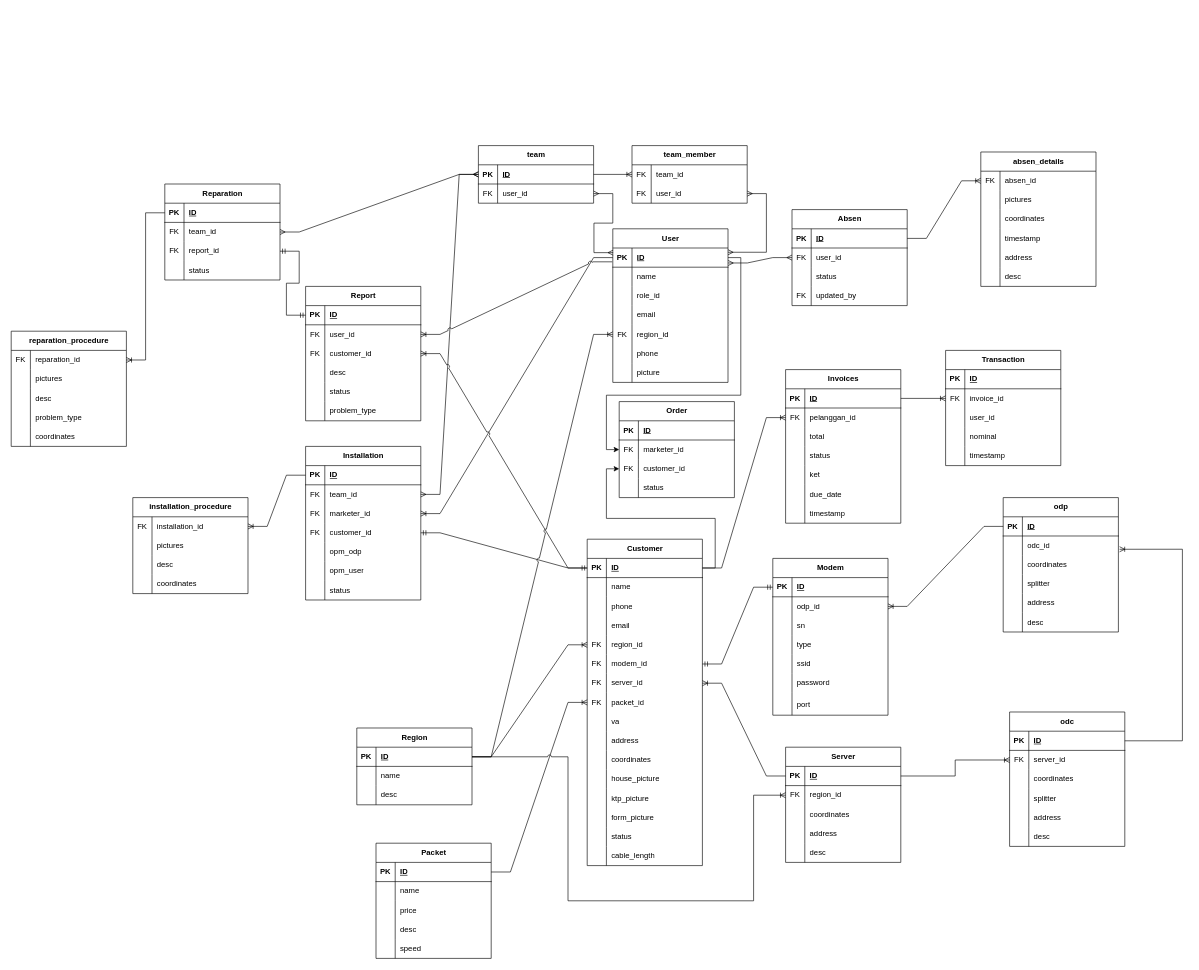
The draw.io diagram Untitled Diagram.drawio in muhamadArdalepa/big-diagrams, before the edit. Source tidied: cells renumbered, new cells numbered last; positions are measured from the earlier drawing's top-left corner, leaving out a move shared by most shapes. Both pictures are drawn from the tidied source at 64%, with x=0, y=0 at pixel (11, 145).
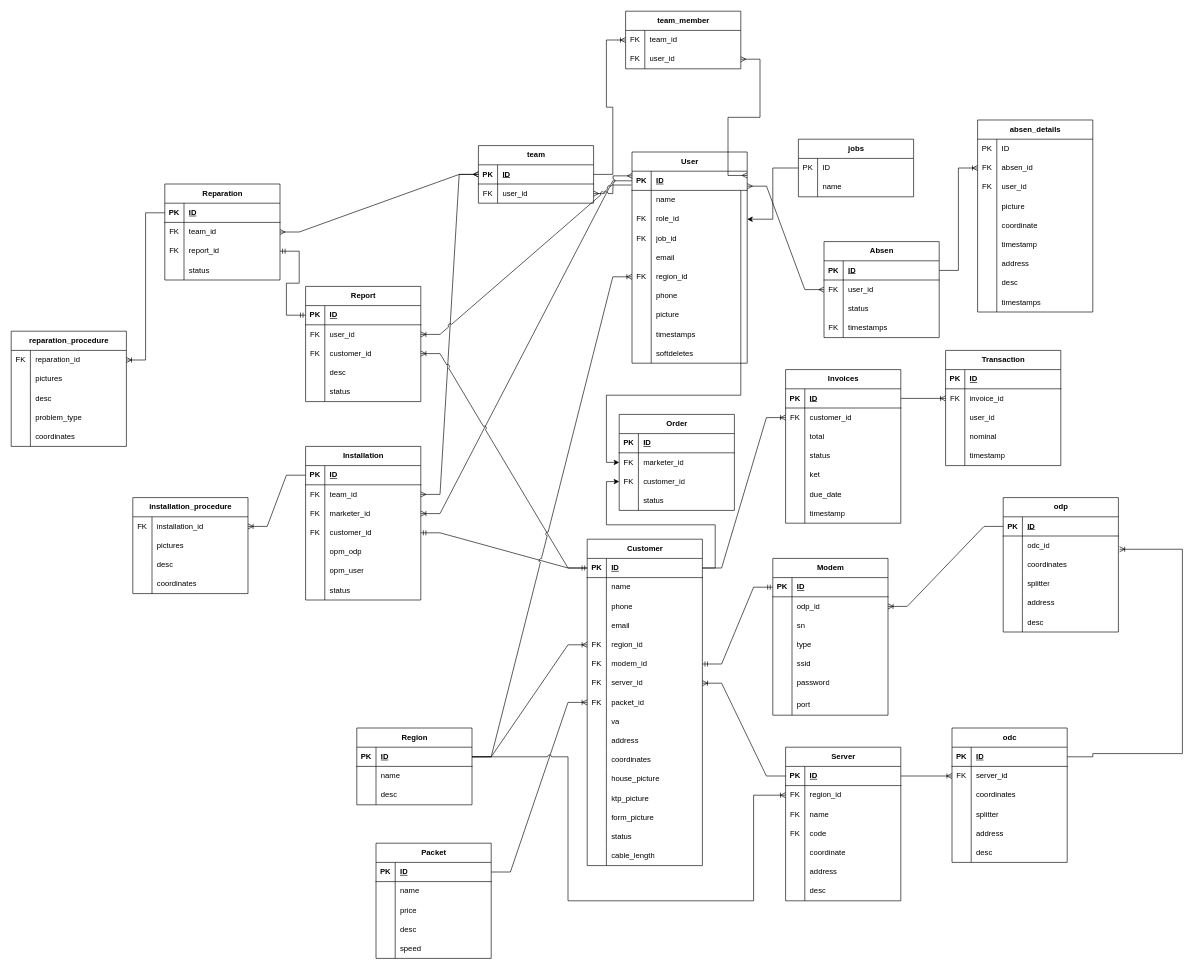
Above is the later version.

The change refers to these unchanged cells:
```xml
<mxCell id="9" style="shape=tableRow;horizontal=0;startSize=0;swimlaneHead=0;swimlaneBody=0;fillColor=none;points=[[0,0.5],[1,0.5]];portConstraint=eastwest;top=0;left=0;right=0;bottom=0;" parent="2" vertex="1">
  <mxGeometry y="90" width="180" height="30" as="geometry" />
</mxCell>
<mxCell id="44" style="shape=tableRow;horizontal=0;startSize=0;swimlaneHead=0;swimlaneBody=0;fillColor=none;top=0;left=0;right=0;bottom=0;" parent="34" vertex="1">
  <mxGeometry y="120" width="180" height="30" as="geometry" />
</mxCell>
<mxCell id="141" style="shape=tableRow;horizontal=0;startSize=0;swimlaneHead=0;swimlaneBody=0;fillColor=none;points=[[0,0.5],[1,0.5]];portConstraint=eastwest;top=0;left=0;right=0;bottom=0;" parent="137" vertex="1">
  <mxGeometry y="60" width="180" height="30" as="geometry" />
</mxCell>
<mxCell id="173" style="shape=tableRow;horizontal=0;startSize=0;swimlaneHead=0;swimlaneBody=0;fillColor=none;points=[[0,0.5],[1,0.5]];portConstraint=eastwest;top=0;left=0;right=0;bottom=1;" parent="172" vertex="1">
  <mxGeometry y="30" width="180" height="30" as="geometry" />
</mxCell>
<mxCell id="327" style="shape=tableRow;horizontal=0;startSize=0;swimlaneHead=0;swimlaneBody=0;fillColor=none;points=[[0,0.5],[1,0.5]];portConstraint=eastwest;top=0;left=0;right=0;bottom=0;" parent="323" vertex="1">
  <mxGeometry y="60" width="180" height="30" as="geometry" />
</mxCell>
```

What changed in the source:
```diff
@@
     <mxCell id="2" value="User" style="shape=table;startSize=30;childLayout=tableLayout;rowLines=0;fontStyle=1;align=center;html=1;" parent="1" vertex="1">
-      <mxGeometry x="940" y="130" width="180" height="240" as="geometry" />
+      <mxGeometry x="970" y="10" width="180" height="330" as="geometry" />
     </mxCell>
@@
-    <mxCell id="10" style="shape=partialRectangle;fillColor=none;top=0;left=0;bottom=0;right=0;overflow=hidden;whiteSpace=wrap;html=1;" parent="9" vertex="1">
+    <mxCell id="10" value="FK" style="shape=partialRectangle;fillColor=none;top=0;left=0;bottom=0;right=0;overflow=hidden;whiteSpace=wrap;html=1;" parent="9" vertex="1">
       <mxGeometry width="30" height="30" as="geometry" />
     </mxCell>
@@
+    <mxCell id="383" style="shape=tableRow;horizontal=0;startSize=0;swimlaneHead=0;swimlaneBody=0;fillColor=none;top=0;left=0;right=0;bottom=0;" parent="2" vertex="1">
+      <mxGeometry y="120" width="180" height="30" as="geometry" />
+    </mxCell>
+    <mxCell id="384" value="FK" style="shape=partialRectangle;fillColor=none;top=0;left=0;bottom=0;right=0;overflow=hidden;whiteSpace=wrap;html=1;" parent="383" vertex="1">
+      <mxGeometry width="30" height="30" as="geometry" />
+    </mxCell>
+    <mxCell id="385" value="job_id" style="shape=partialRectangle;fillColor=none;top=0;left=0;bottom=0;right=0;align=left;spacingLeft=6;overflow=hidden;whiteSpace=wrap;html=1;" parent="383" vertex="1">
+      <mxGeometry x="30" width="150" height="30" as="geometry" />
+    </mxCell>
     <mxCell id="12" style="shape=tableRow;horizontal=0;startSize=0;swimlaneHead=0;swimlaneBody=0;fillColor=none;top=0;left=0;right=0;bottom=0;" parent="2" vertex="1">
-      <mxGeometry y="120" width="180" height="30" as="geometry" />
+      <mxGeometry y="150" width="180" height="30" as="geometry" />
     </mxCell>
@@
     <mxCell id="15" style="shape=tableRow;horizontal=0;startSize=0;swimlaneHead=0;swimlaneBody=0;fillColor=none;points=[[0,0.5],[1,0.5]];portConstraint=eastwest;top=0;left=0;right=0;bottom=0;" parent="2" vertex="1">
-      <mxGeometry y="150" width="180" height="30" as="geometry" />
+      <mxGeometry y="180" width="180" height="30" as="geometry" />
     </mxCell>
@@
     <mxCell id="18" style="shape=tableRow;horizontal=0;startSize=0;swimlaneHead=0;swimlaneBody=0;fillColor=none;top=0;left=0;right=0;bottom=0;" parent="2" vertex="1">
-      <mxGeometry y="180" width="180" height="30" as="geometry" />
+      <mxGeometry y="210" width="180" height="30" as="geometry" />
     </mxCell>
@@
     <mxCell id="21" style="shape=tableRow;horizontal=0;startSize=0;swimlaneHead=0;swimlaneBody=0;fillColor=none;top=0;left=0;right=0;bottom=0;" parent="2" vertex="1">
-      <mxGeometry y="210" width="180" height="30" as="geometry" />
+      <mxGeometry y="240" width="180" height="30" as="geometry" />
     </mxCell>
@@
+    <mxCell id="386" style="shape=tableRow;horizontal=0;startSize=0;swimlaneHead=0;swimlaneBody=0;fillColor=none;top=0;left=0;right=0;bottom=0;" parent="2" vertex="1">
+      <mxGeometry y="270" width="180" height="30" as="geometry" />
+    </mxCell>
+    <mxCell id="387" style="shape=partialRectangle;fillColor=none;top=0;left=0;bottom=0;right=0;overflow=hidden;whiteSpace=wrap;html=1;" parent="386" vertex="1">
+      <mxGeometry width="30" height="30" as="geometry" />
+    </mxCell>
+    <mxCell id="388" value="timestamps" style="shape=partialRectangle;fillColor=none;top=0;left=0;bottom=0;right=0;align=left;spacingLeft=6;overflow=hidden;whiteSpace=wrap;html=1;" parent="386" vertex="1">
+      <mxGeometry x="30" width="150" height="30" as="geometry" />
+    </mxCell>
+    <mxCell id="389" style="shape=tableRow;horizontal=0;startSize=0;swimlaneHead=0;swimlaneBody=0;fillColor=none;top=0;left=0;right=0;bottom=0;" parent="2" vertex="1">
+      <mxGeometry y="300" width="180" height="30" as="geometry" />
+    </mxCell>
+    <mxCell id="390" style="shape=partialRectangle;fillColor=none;top=0;left=0;bottom=0;right=0;overflow=hidden;whiteSpace=wrap;html=1;" parent="389" vertex="1">
+      <mxGeometry width="30" height="30" as="geometry" />
+    </mxCell>
+    <mxCell id="391" value="softdeletes" style="shape=partialRectangle;fillColor=none;top=0;left=0;bottom=0;right=0;align=left;spacingLeft=6;overflow=hidden;whiteSpace=wrap;html=1;" parent="389" vertex="1">
+      <mxGeometry x="30" width="150" height="30" as="geometry" />
+    </mxCell>
@@
     <mxCell id="34" value="Absen" style="shape=table;startSize=30;childLayout=tableLayout;rowLines=0;fontStyle=1;align=center;html=1;" parent="1" vertex="1">
-      <mxGeometry x="1220" y="100" width="180" height="150" as="geometry" />
+      <mxGeometry x="1270" y="150" width="180" height="150" as="geometry" />
     </mxCell>
@@
-    <mxCell id="46" value="updated_by" style="shape=partialRectangle;fillColor=none;top=0;left=0;bottom=0;right=0;align=left;spacingLeft=6;overflow=hidden;whiteSpace=wrap;html=1;" parent="44" vertex="1">
+    <mxCell id="46" value="timestamps" style="shape=partialRectangle;fillColor=none;top=0;left=0;bottom=0;right=0;align=left;spacingLeft=6;overflow=hidden;whiteSpace=wrap;html=1;" parent="44" vertex="1">
       <mxGeometry x="30" width="150" height="30" as="geometry" />
     </mxCell>
     <mxCell id="47" value="absen_details" style="shape=table;startSize=30;childLayout=tableLayout;rowLines=0;fontStyle=1;align=center;html=1;" parent="1" vertex="1">
-      <mxGeometry x="1515" y="10" width="180" height="210" as="geometry" />
+      <mxGeometry x="1510" y="-40" width="180" height="300" as="geometry" />
     </mxCell>
+    <mxCell id="392" style="shape=tableRow;horizontal=0;startSize=0;swimlaneHead=0;swimlaneBody=0;fillColor=none;top=0;left=0;right=0;bottom=0;" parent="47" vertex="1">
+      <mxGeometry y="30" width="180" height="30" as="geometry" />
+    </mxCell>
+    <mxCell id="393" value="PK" style="shape=partialRectangle;fillColor=none;top=0;left=0;bottom=0;right=0;overflow=hidden;whiteSpace=wrap;html=1;" parent="392" vertex="1">
+      <mxGeometry width="30" height="30" as="geometry" />
+    </mxCell>
+    <mxCell id="394" value="ID" style="shape=partialRectangle;fillColor=none;top=0;left=0;bottom=0;right=0;align=left;spacingLeft=6;overflow=hidden;whiteSpace=wrap;html=1;" parent="392" vertex="1">
+      <mxGeometry x="30" width="150" height="30" as="geometry" />
+    </mxCell>
     <mxCell id="48" style="shape=tableRow;horizontal=0;startSize=0;swimlaneHead=0;swimlaneBody=0;fillColor=none;points=[[0,0.5],[1,0.5]];portConstraint=eastwest;top=0;left=0;right=0;bottom=0;" parent="47" vertex="1">
-      <mxGeometry y="30" width="180" height="30" as="geometry" />
+      <mxGeometry y="60" width="180" height="30" as="geometry" />
     </mxCell>
@@
+    <mxCell id="395" style="shape=tableRow;horizontal=0;startSize=0;swimlaneHead=0;swimlaneBody=0;fillColor=none;top=0;left=0;right=0;bottom=0;" parent="47" vertex="1">
+      <mxGeometry y="90" width="180" height="30" as="geometry" />
+    </mxCell>
+    <mxCell id="396" value="FK" style="shape=partialRectangle;fillColor=none;top=0;left=0;bottom=0;right=0;overflow=hidden;whiteSpace=wrap;html=1;" parent="395" vertex="1">
+      <mxGeometry width="30" height="30" as="geometry" />
+    </mxCell>
+    <mxCell id="397" value="user_id" style="shape=partialRectangle;fillColor=none;top=0;left=0;bottom=0;right=0;align=left;spacingLeft=6;overflow=hidden;whiteSpace=wrap;html=1;" parent="395" vertex="1">
+      <mxGeometry x="30" width="150" height="30" as="geometry" />
+    </mxCell>
     <mxCell id="51" style="shape=tableRow;horizontal=0;startSize=0;swimlaneHead=0;swimlaneBody=0;fillColor=none;top=0;left=0;right=0;bottom=0;" parent="47" vertex="1">
-      <mxGeometry y="60" width="180" height="30" as="geometry" />
+      <mxGeometry y="120" width="180" height="30" as="geometry" />
     </mxCell>
@@
-    <mxCell id="53" value="pictures" style="shape=partialRectangle;fillColor=none;top=0;left=0;bottom=0;right=0;align=left;spacingLeft=6;overflow=hidden;whiteSpace=wrap;html=1;" parent="51" vertex="1">
+    <mxCell id="53" value="picture" style="shape=partialRectangle;fillColor=none;top=0;left=0;bottom=0;right=0;align=left;spacingLeft=6;overflow=hidden;whiteSpace=wrap;html=1;" parent="51" vertex="1">
       <mxGeometry x="30" width="150" height="30" as="geometry" />
     </mxCell>
     <mxCell id="54" style="shape=tableRow;horizontal=0;startSize=0;swimlaneHead=0;swimlaneBody=0;fillColor=none;top=0;left=0;right=0;bottom=0;" parent="47" vertex="1">
-      <mxGeometry y="90" width="180" height="30" as="geometry" />
+      <mxGeometry y="150" width="180" height="30" as="geometry" />
     </mxCell>
@@
-    <mxCell id="56" value="coordinates" style="shape=partialRectangle;fillColor=none;top=0;left=0;bottom=0;right=0;align=left;spacingLeft=6;overflow=hidden;whiteSpace=wrap;html=1;" parent="54" vertex="1">
+    <mxCell id="56" value="coordinate" style="shape=partialRectangle;fillColor=none;top=0;left=0;bottom=0;right=0;align=left;spacingLeft=6;overflow=hidden;whiteSpace=wrap;html=1;" parent="54" vertex="1">
       <mxGeometry x="30" width="150" height="30" as="geometry" />
     </mxCell>
     <mxCell id="57" style="shape=tableRow;horizontal=0;startSize=0;swimlaneHead=0;swimlaneBody=0;fillColor=none;top=0;left=0;right=0;bottom=0;" parent="47" vertex="1">
-      <mxGeometry y="120" width="180" height="30" as="geometry" />
+      <mxGeometry y="180" width="180" height="30" as="geometry" />
     </mxCell>
@@
     <mxCell id="60" style="shape=tableRow;horizontal=0;startSize=0;swimlaneHead=0;swimlaneBody=0;fillColor=none;top=0;left=0;right=0;bottom=0;" parent="47" vertex="1">
-      <mxGeometry y="150" width="180" height="30" as="geometry" />
+      <mxGeometry y="210" width="180" height="30" as="geometry" />
     </mxCell>
@@
     <mxCell id="63" style="shape=tableRow;horizontal=0;startSize=0;swimlaneHead=0;swimlaneBody=0;fillColor=none;top=0;left=0;right=0;bottom=0;" parent="47" vertex="1">
-      <mxGeometry y="180" width="180" height="30" as="geometry" />
+      <mxGeometry y="240" width="180" height="30" as="geometry" />
     </mxCell>
@@
+    <mxCell id="398" style="shape=tableRow;horizontal=0;startSize=0;swimlaneHead=0;swimlaneBody=0;fillColor=none;top=0;left=0;right=0;bottom=0;" parent="47" vertex="1">
+      <mxGeometry y="270" width="180" height="30" as="geometry" />
+    </mxCell>
+    <mxCell id="399" style="shape=partialRectangle;fillColor=none;top=0;left=0;bottom=0;right=0;overflow=hidden;whiteSpace=wrap;html=1;" parent="398" vertex="1">
+      <mxGeometry width="30" height="30" as="geometry" />
+    </mxCell>
+    <mxCell id="400" value="timestamps" style="shape=partialRectangle;fillColor=none;top=0;left=0;bottom=0;right=0;align=left;spacingLeft=6;overflow=hidden;whiteSpace=wrap;html=1;" parent="398" vertex="1">
+      <mxGeometry x="30" width="150" height="30" as="geometry" />
+    </mxCell>
@@
     <mxCell id="156" value="Server" style="shape=table;startSize=30;childLayout=tableLayout;rowLines=0;fontStyle=1;align=center;html=1;" parent="1" vertex="1">
-      <mxGeometry x="1210" y="940" width="180" height="180" as="geometry" />
+      <mxGeometry x="1210" y="940" width="180" height="240" as="geometry" />
     </mxCell>
@@
+    <mxCell id="401" style="shape=tableRow;horizontal=0;startSize=0;swimlaneHead=0;swimlaneBody=0;fillColor=none;top=0;left=0;right=0;bottom=0;" parent="156" vertex="1">
+      <mxGeometry y="90" width="180" height="30" as="geometry" />
+    </mxCell>
+    <mxCell id="402" value="FK" style="shape=partialRectangle;fillColor=none;top=0;left=0;bottom=0;right=0;overflow=hidden;whiteSpace=wrap;html=1;" parent="401" vertex="1">
+      <mxGeometry width="30" height="30" as="geometry" />
+    </mxCell>
+    <mxCell id="403" value="name" style="shape=partialRectangle;fillColor=none;top=0;left=0;bottom=0;right=0;align=left;spacingLeft=6;overflow=hidden;whiteSpace=wrap;html=1;" parent="401" vertex="1">
+      <mxGeometry x="30" width="150" height="30" as="geometry" />
+    </mxCell>
+    <mxCell id="404" style="shape=tableRow;horizontal=0;startSize=0;swimlaneHead=0;swimlaneBody=0;fillColor=none;top=0;left=0;right=0;bottom=0;" parent="156" vertex="1">
+      <mxGeometry y="120" width="180" height="30" as="geometry" />
+    </mxCell>
+    <mxCell id="405" value="FK" style="shape=partialRectangle;fillColor=none;top=0;left=0;bottom=0;right=0;overflow=hidden;whiteSpace=wrap;html=1;" parent="404" vertex="1">
+      <mxGeometry width="30" height="30" as="geometry" />
+    </mxCell>
+    <mxCell id="406" value="code" style="shape=partialRectangle;fillColor=none;top=0;left=0;bottom=0;right=0;align=left;spacingLeft=6;overflow=hidden;whiteSpace=wrap;html=1;" parent="404" vertex="1">
+      <mxGeometry x="30" width="150" height="30" as="geometry" />
+    </mxCell>
     <mxCell id="163" style="shape=tableRow;horizontal=0;startSize=0;swimlaneHead=0;swimlaneBody=0;fillColor=none;top=0;left=0;right=0;bottom=0;" parent="156" vertex="1">
-      <mxGeometry y="90" width="180" height="30" as="geometry" />
+      <mxGeometry y="150" width="180" height="30" as="geometry" />
     </mxCell>
@@
-    <mxCell id="165" value="coordinates" style="shape=partialRectangle;fillColor=none;top=0;left=0;bottom=0;right=0;align=left;spacingLeft=6;overflow=hidden;whiteSpace=wrap;html=1;" parent="163" vertex="1">
+    <mxCell id="165" value="coordinate" style="shape=partialRectangle;fillColor=none;top=0;left=0;bottom=0;right=0;align=left;spacingLeft=6;overflow=hidden;whiteSpace=wrap;html=1;" parent="163" vertex="1">
       <mxGeometry x="30" width="150" height="30" as="geometry" />
     </mxCell>
     <mxCell id="166" style="shape=tableRow;horizontal=0;startSize=0;swimlaneHead=0;swimlaneBody=0;fillColor=none;top=0;left=0;right=0;bottom=0;" parent="156" vertex="1">
-      <mxGeometry y="120" width="180" height="30" as="geometry" />
+      <mxGeometry y="180" width="180" height="30" as="geometry" />
     </mxCell>
@@
     <mxCell id="169" style="shape=tableRow;horizontal=0;startSize=0;swimlaneHead=0;swimlaneBody=0;fillColor=none;top=0;left=0;right=0;bottom=0;" parent="156" vertex="1">
-      <mxGeometry y="150" width="180" height="30" as="geometry" />
+      <mxGeometry y="210" width="180" height="30" as="geometry" />
     </mxCell>
@@
     <mxCell id="172" value="odc" style="shape=table;startSize=30;childLayout=tableLayout;rowLines=0;fontStyle=1;align=center;html=1;" parent="1" vertex="1">
-      <mxGeometry x="1560" y="885" width="180" height="210" as="geometry" />
+      <mxGeometry x="1470" y="910" width="180" height="210" as="geometry" />
     </mxCell>
@@
     <mxCell id="257" value="team_member" style="shape=table;startSize=30;childLayout=tableLayout;rowLines=0;fontStyle=1;align=center;html=1;" parent="1" vertex="1">
-      <mxGeometry x="970" width="180" height="90" as="geometry" />
+      <mxGeometry x="960" y="-210" width="180" height="90" as="geometry" />
     </mxCell>
@@
     <mxCell id="271" value="Report" style="shape=table;startSize=30;childLayout=tableLayout;rowLines=0;fontStyle=1;align=center;html=1;" parent="1" vertex="1">
-      <mxGeometry x="460" y="220" width="180" height="210" as="geometry" />
+      <mxGeometry x="460" y="220" width="180" height="180" as="geometry" />
     </mxCell>
@@
-    <mxCell id="287" style="shape=tableRow;horizontal=0;startSize=0;swimlaneHead=0;swimlaneBody=0;fillColor=none;top=0;left=0;right=0;bottom=0;" parent="271" vertex="1">
-      <mxGeometry y="180" width="180" height="30" as="geometry" />
-    </mxCell>
-    <mxCell id="288" style="shape=partialRectangle;fillColor=none;top=0;left=0;bottom=0;right=0;overflow=hidden;whiteSpace=wrap;html=1;" parent="287" vertex="1">
-      <mxGeometry width="30" height="30" as="geometry" />
-    </mxCell>
-    <mxCell id="289" value="problem_type" style="shape=partialRectangle;fillColor=none;top=0;left=0;bottom=0;right=0;align=left;spacingLeft=6;overflow=hidden;whiteSpace=wrap;html=1;" parent="287" vertex="1">
-      <mxGeometry x="30" width="150" height="30" as="geometry" />
-    </mxCell>
@@
     <mxCell id="308" value="Order" style="shape=table;startSize=30;childLayout=tableLayout;rowLines=0;fontStyle=1;align=center;html=1;" parent="1" vertex="1">
-      <mxGeometry x="950" y="400" width="180" height="150" as="geometry" />
+      <mxGeometry x="950" y="420" width="180" height="150" as="geometry" />
     </mxCell>
@@
-    <mxCell id="329" value="pelanggan_id" style="shape=partialRectangle;fillColor=none;top=0;left=0;bottom=0;right=0;align=left;spacingLeft=6;overflow=hidden;whiteSpace=wrap;html=1;" parent="327" vertex="1">
+    <mxCell id="329" value="customer_id" style="shape=partialRectangle;fillColor=none;top=0;left=0;bottom=0;right=0;align=left;spacingLeft=6;overflow=hidden;whiteSpace=wrap;html=1;" parent="327" vertex="1">
       <mxGeometry x="30" width="150" height="30" as="geometry" />
     </mxCell>
@@
     <mxCell id="368" style="edgeStyle=orthogonalEdgeStyle;rounded=0;jettySize=auto;html=1;entryX=1.01;entryY=0.691;entryDx=0;entryDy=0;entryPerimeter=0;endArrow=ERoneToMany;endFill=0;" parent="1" edge="1" source="173" target="141">
       <mxGeometry relative="1" as="geometry">
         <Array as="points">
-          <mxPoint x="1830" y="930" />
+          <mxPoint x="1690" y="955" />
+          <mxPoint x="1690" y="950" />
+          <mxPoint x="1830" y="950" />
           <mxPoint x="1830" y="631" />
         </Array>
       </mxGeometry>
     </mxCell>
@@
+    <mxCell id="407" value="jobs" style="shape=table;startSize=30;childLayout=tableLayout;rowLines=0;fontStyle=1;align=center;html=1;" parent="1" vertex="1">
+      <mxGeometry x="1230" y="-10" width="180" height="90" as="geometry" />
+    </mxCell>
+    <mxCell id="408" style="shape=tableRow;horizontal=0;startSize=0;swimlaneHead=0;swimlaneBody=0;fillColor=none;points=[[0,0.5],[1,0.5]];portConstraint=eastwest;top=0;left=0;right=0;bottom=0;" parent="407" vertex="1">
+      <mxGeometry y="30" width="180" height="30" as="geometry" />
+    </mxCell>
+    <mxCell id="409" value="PK" style="shape=partialRectangle;fillColor=none;top=0;left=0;bottom=0;right=0;overflow=hidden;whiteSpace=wrap;html=1;" parent="408" vertex="1">
+      <mxGeometry width="30" height="30" as="geometry" />
+    </mxCell>
+    <mxCell id="410" value="ID" style="shape=partialRectangle;fillColor=none;top=0;left=0;bottom=0;right=0;align=left;spacingLeft=6;overflow=hidden;whiteSpace=wrap;html=1;" parent="408" vertex="1">
+      <mxGeometry x="30" width="150" height="30" as="geometry" />
+    </mxCell>
+    <mxCell id="411" style="shape=tableRow;horizontal=0;startSize=0;swimlaneHead=0;swimlaneBody=0;fillColor=none;top=0;left=0;right=0;bottom=0;" parent="407" vertex="1">
+      <mxGeometry y="60" width="180" height="30" as="geometry" />
+    </mxCell>
+    <mxCell id="412" style="shape=partialRectangle;fillColor=none;top=0;left=0;bottom=0;right=0;overflow=hidden;whiteSpace=wrap;html=1;" parent="411" vertex="1">
+      <mxGeometry width="30" height="30" as="geometry" />
+    </mxCell>
+    <mxCell id="413" value="name" style="shape=partialRectangle;fillColor=none;top=0;left=0;bottom=0;right=0;align=left;spacingLeft=6;overflow=hidden;whiteSpace=wrap;html=1;" parent="411" vertex="1">
+      <mxGeometry x="30" width="150" height="30" as="geometry" />
+    </mxCell>
+    <mxCell id="414" style="edgeStyle=orthogonalEdgeStyle;rounded=0;jettySize=auto;html=1;" parent="1" edge="1" source="408" target="9">
+      <mxGeometry relative="1" as="geometry" />
+    </mxCell>
```
